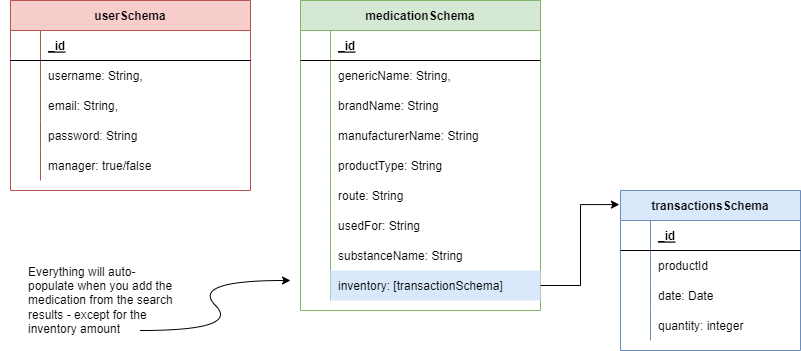
Before: KAT Rx.drawio.png, a diagram exported from draw.io (foosasugaome/kat-inventory-management-client). Source tidied: cells renumbered, new cells last; positions are measured from the earlier drawing's top-left corner, leaving out a move shared by most shapes.
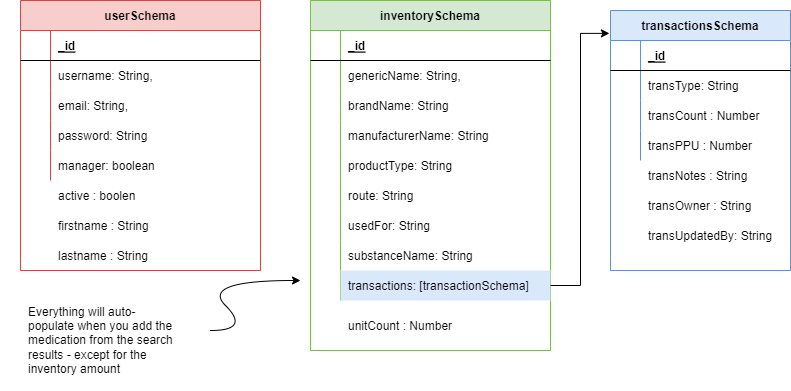
Later version of the same file.

Diff of the diagram source:
```diff
@@ -2,8 +2,8 @@
   <root>
     <mxCell id="0" />
     <mxCell id="1" parent="0" />
-    <mxCell id="2" value="medicationSchema" style="shape=table;startSize=30;rowLines=0;fontStyle=1;align=center;fillColor=#d5e8d4;strokeColor=#82b366;" parent="1" vertex="1">
-      <mxGeometry x="300" width="240" height="310" as="geometry" />
+    <mxCell id="2" value="inventorySchema" style="shape=table;startSize=30;rowLines=0;fontStyle=1;align=center;fillColor=#d5e8d4;strokeColor=#82b366;" parent="1" vertex="1">
+      <mxGeometry x="300" width="240" height="350" as="geometry" />
     </mxCell>
     <mxCell id="3" style="shape=partialRectangle;fillColor=none;top=0;left=0;right=0;bottom=1;" parent="2" vertex="1">
       <mxGeometry y="30" width="240" height="30" as="geometry" />
@@ -83,11 +83,11 @@
     <mxCell id="28" style="shape=partialRectangle;fillColor=none;top=0;left=0;bottom=0;right=0;overflow=hidden;" parent="27" vertex="1">
       <mxGeometry width="30" height="30" as="geometry" />
     </mxCell>
-    <mxCell id="29" value="inventory: [transactionSchema]" style="shape=partialRectangle;fillColor=#dae8fc;top=0;left=0;bottom=0;right=0;align=left;spacingLeft=6;overflow=hidden;strokeColor=#6c8ebf;" parent="27" vertex="1">
+    <mxCell id="29" value="transactions: [transactionSchema]" style="shape=partialRectangle;fillColor=#dae8fc;top=0;left=0;bottom=0;right=0;align=left;spacingLeft=6;overflow=hidden;strokeColor=#6c8ebf;" parent="27" vertex="1">
       <mxGeometry x="30" width="210" height="30" as="geometry" />
     </mxCell>
     <mxCell id="30" value="userSchema" style="shape=table;startSize=30;rowLines=0;fontStyle=1;align=center;fillColor=#f8cecc;strokeColor=#b85450;" parent="1" vertex="1">
-      <mxGeometry x="10" width="240" height="190" as="geometry" />
+      <mxGeometry x="10" width="240" height="270" as="geometry" />
     </mxCell>
     <mxCell id="31" style="shape=partialRectangle;fillColor=none;top=0;left=0;right=0;bottom=1;" parent="30" vertex="1">
       <mxGeometry y="30" width="240" height="30" as="geometry" />
@@ -131,11 +131,11 @@
     <mxCell id="44" style="shape=partialRectangle;fillColor=none;top=0;left=0;bottom=0;right=0;overflow=hidden;" parent="43" vertex="1">
       <mxGeometry width="30" height="30" as="geometry" />
     </mxCell>
-    <mxCell id="45" value="manager: true/false" style="shape=partialRectangle;fillColor=none;top=0;left=0;bottom=0;right=0;align=left;spacingLeft=6;overflow=hidden;" parent="43" vertex="1">
+    <mxCell id="45" value="manager: boolean" style="shape=partialRectangle;fillColor=none;top=0;left=0;bottom=0;right=0;align=left;spacingLeft=6;overflow=hidden;" parent="43" vertex="1">
       <mxGeometry x="30" width="210" height="30" as="geometry" />
     </mxCell>
     <mxCell id="46" value="transactionsSchema" style="shape=table;startSize=30;rowLines=0;fontStyle=1;align=center;fillColor=#dae8fc;strokeColor=#6c8ebf;" parent="1" vertex="1">
-      <mxGeometry x="620" y="190" width="180" height="160" as="geometry" />
+      <mxGeometry x="600" y="10" width="180" height="260" as="geometry" />
     </mxCell>
     <mxCell id="47" style="shape=tableRow;horizontal=0;startSize=0;swimlaneHead=0;swimlaneBody=0;fillColor=none;top=0;left=0;right=0;bottom=1;" parent="46" vertex="1">
       <mxGeometry y="30" width="180" height="30" as="geometry" />
@@ -152,7 +152,7 @@
     <mxCell id="51" style="shape=partialRectangle;fillColor=none;top=0;left=0;bottom=0;right=0;overflow=hidden;" parent="50" vertex="1">
       <mxGeometry width="30" height="30" as="geometry" />
     </mxCell>
-    <mxCell id="52" value="productId" style="shape=partialRectangle;fillColor=none;top=0;left=0;bottom=0;right=0;align=left;spacingLeft=6;overflow=hidden;" parent="50" vertex="1">
+    <mxCell id="52" value="transType: String" style="shape=partialRectangle;fillColor=none;top=0;left=0;bottom=0;right=0;align=left;spacingLeft=6;overflow=hidden;" parent="50" vertex="1">
       <mxGeometry x="30" width="150" height="30" as="geometry" />
     </mxCell>
     <mxCell id="53" style="shape=tableRow;horizontal=0;startSize=0;swimlaneHead=0;swimlaneBody=0;fillColor=none;top=0;left=0;right=0;bottom=0;" parent="46" vertex="1">
@@ -161,7 +161,7 @@
     <mxCell id="54" style="shape=partialRectangle;fillColor=none;top=0;left=0;bottom=0;right=0;overflow=hidden;" parent="53" vertex="1">
       <mxGeometry width="30" height="30" as="geometry" />
     </mxCell>
-    <mxCell id="55" value="date: Date" style="shape=partialRectangle;fillColor=none;top=0;left=0;bottom=0;right=0;align=left;spacingLeft=6;overflow=hidden;" parent="53" vertex="1">
+    <mxCell id="55" value="transCount : Number" style="shape=partialRectangle;fillColor=none;top=0;left=0;bottom=0;right=0;align=left;spacingLeft=6;overflow=hidden;" parent="53" vertex="1">
       <mxGeometry x="30" width="150" height="30" as="geometry" />
     </mxCell>
     <mxCell id="56" style="shape=tableRow;horizontal=0;startSize=0;swimlaneHead=0;swimlaneBody=0;fillColor=none;top=0;left=0;right=0;bottom=0;" parent="46" vertex="1">
@@ -170,12 +170,12 @@
     <mxCell id="57" style="shape=partialRectangle;fillColor=none;top=0;left=0;bottom=0;right=0;overflow=hidden;" parent="56" vertex="1">
       <mxGeometry width="30" height="30" as="geometry" />
     </mxCell>
-    <mxCell id="58" value="quantity: integer" style="shape=partialRectangle;fillColor=none;top=0;left=0;bottom=0;right=0;align=left;spacingLeft=6;overflow=hidden;" parent="56" vertex="1">
+    <mxCell id="58" value="transPPU : Number" style="shape=partialRectangle;fillColor=none;top=0;left=0;bottom=0;right=0;align=left;spacingLeft=6;overflow=hidden;" parent="56" vertex="1">
       <mxGeometry x="30" width="150" height="30" as="geometry" />
     </mxCell>
     <mxCell id="59" style="curved=1;endArrow=classic;html=1;rounded=0;" parent="1" edge="1">
       <mxGeometry relative="1" as="geometry">
-        <mxPoint x="140" y="330" as="sourcePoint" />
+        <mxPoint x="200" y="330" as="sourcePoint" />
         <mxPoint x="290" y="280" as="targetPoint" />
         <Array as="points">
           <mxPoint x="240" y="330" />
@@ -184,7 +184,7 @@
       </mxGeometry>
     </mxCell>
     <mxCell id="60" style="shape=table;startSize=0;rowLines=0;fontStyle=0;align=center;strokeColor=none;fillColor=none;whiteSpace=wrap;" parent="1" vertex="1">
-      <mxGeometry y="260" width="180" height="90" as="geometry" />
+      <mxGeometry x="-10" y="300" width="180" height="90" as="geometry" />
     </mxCell>
     <mxCell id="61" style="shape=tableRow;horizontal=0;startSize=0;swimlaneHead=0;swimlaneBody=0;fillColor=none;top=0;left=0;right=0;bottom=0;" parent="60" vertex="1">
       <mxGeometry width="180" height="80" as="geometry" />
@@ -198,5 +198,26 @@
     <mxCell id="64" style="edgeStyle=orthogonalEdgeStyle;rounded=0;jettySize=auto;html=1;exitX=1;exitY=0.5;exitDx=0;exitDy=0;entryX=-0.006;entryY=0.088;entryDx=0;entryDy=0;entryPerimeter=0;" parent="1" edge="1" source="27" target="46">
       <mxGeometry relative="1" as="geometry" />
     </mxCell>
+    <mxCell id="65" value="transNotes : String" style="shape=partialRectangle;fillColor=none;top=0;left=0;bottom=0;right=0;align=left;spacingLeft=6;overflow=hidden;" parent="1" vertex="1">
+      <mxGeometry x="630" y="160" width="150" height="30" as="geometry" />
+    </mxCell>
+    <mxCell id="66" value="transOwner : String" style="shape=partialRectangle;fillColor=none;top=0;left=0;bottom=0;right=0;align=left;spacingLeft=6;overflow=hidden;" parent="1" vertex="1">
+      <mxGeometry x="630" y="190" width="150" height="30" as="geometry" />
+    </mxCell>
+    <mxCell id="67" value="transUpdatedBy: String" style="shape=partialRectangle;fillColor=none;top=0;left=0;bottom=0;right=0;align=left;spacingLeft=6;overflow=hidden;" parent="1" vertex="1">
+      <mxGeometry x="630" y="220" width="150" height="30" as="geometry" />
+    </mxCell>
+    <mxCell id="68" value="firstname : String" style="shape=partialRectangle;fillColor=none;top=0;left=0;bottom=0;right=0;align=left;spacingLeft=6;overflow=hidden;" parent="1" vertex="1">
+      <mxGeometry x="40" y="210" width="210" height="30" as="geometry" />
+    </mxCell>
+    <mxCell id="69" value="active : boolen" style="shape=partialRectangle;fillColor=none;top=0;left=0;bottom=0;right=0;align=left;spacingLeft=6;overflow=hidden;" parent="1" vertex="1">
+      <mxGeometry x="40" y="180" width="210" height="30" as="geometry" />
+    </mxCell>
+    <mxCell id="70" value="lastname : String" style="shape=partialRectangle;fillColor=none;top=0;left=0;bottom=0;right=0;align=left;spacingLeft=6;overflow=hidden;" parent="1" vertex="1">
+      <mxGeometry x="40" y="240" width="210" height="30" as="geometry" />
+    </mxCell>
+    <mxCell id="71" value="unitCount : Number" style="shape=partialRectangle;fillColor=none;top=0;left=0;bottom=0;right=0;align=left;spacingLeft=6;overflow=hidden;" parent="1" vertex="1">
+      <mxGeometry x="330" y="310" width="210" height="30" as="geometry" />
+    </mxCell>
   </root>
 </mxGraphModel>
```
